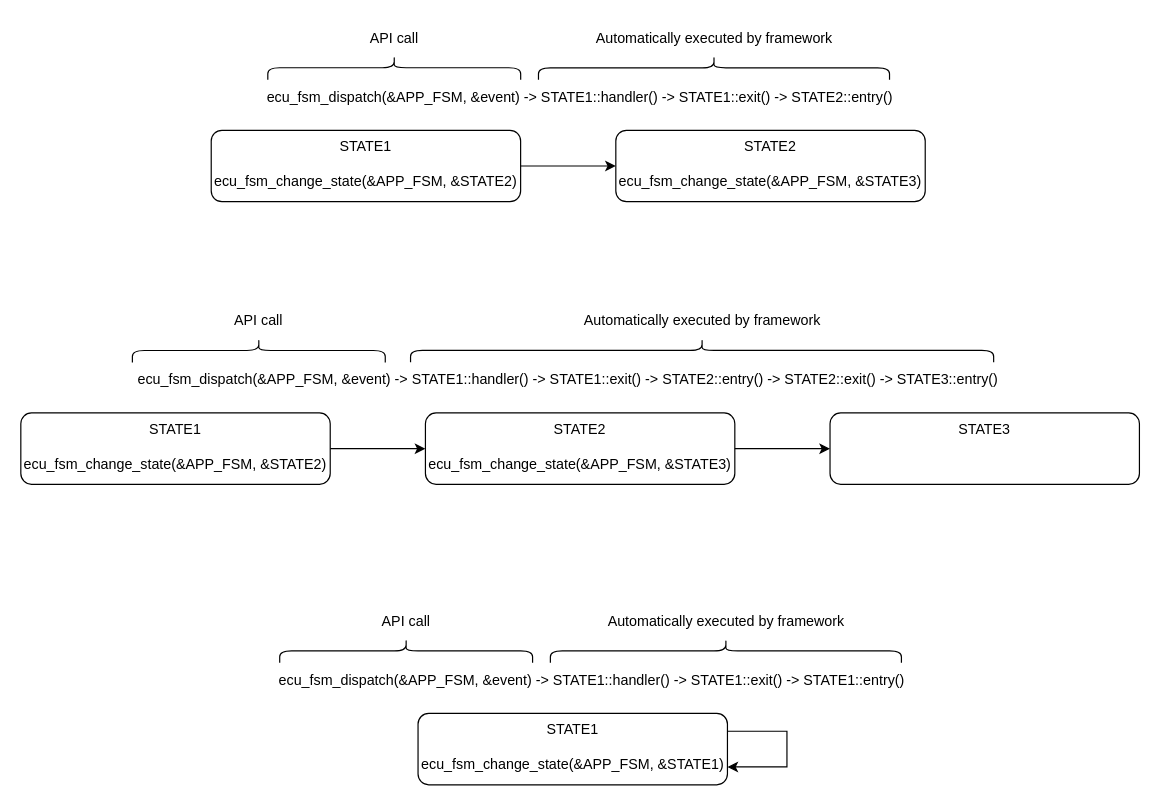
ress059/ecu keeps this draw.io diagram as page "state_representation" (2 of 5) of doc/images/fsm/fsm.drawio. Above is the earlier version. Source tidied: cells renumbered, new cells numbered last; positions are measured from the earlier drawing's top-left corner, leaving out a move shared by most shapes. Both pictures are drawn from the tidied source at 119%, with x=0, y=0 at pixel (20, -108).
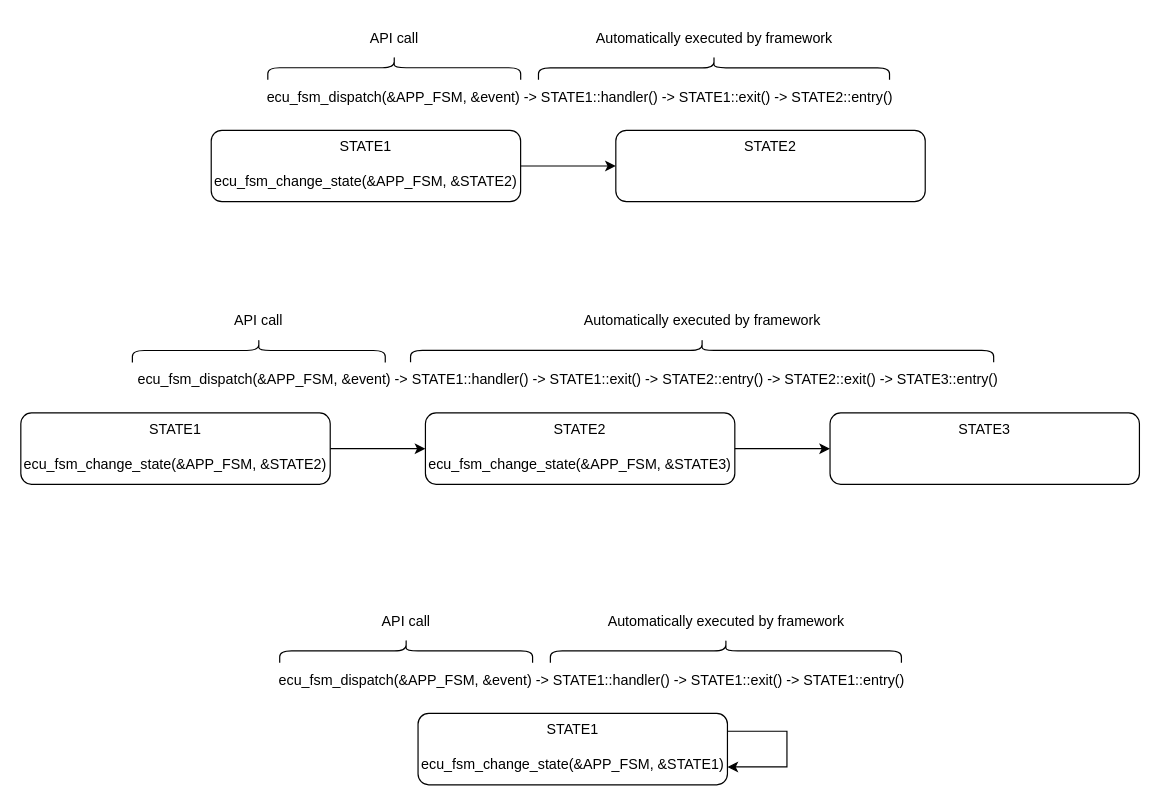
After the change.

What changed in the source:
```diff
@@
-    <mxCell id="4" value="STATE2&lt;br&gt;&lt;br&gt;ecu_fsm_change_state(&amp;amp;APP_FSM, &amp;amp;STATE3)" style="rounded=1;whiteSpace=wrap;html=1;verticalAlign=top;" parent="1" vertex="1">
+    <mxCell id="4" value="STATE2&lt;br&gt;&lt;br&gt;" style="rounded=1;whiteSpace=wrap;html=1;verticalAlign=top;" parent="1" vertex="1">
       <mxGeometry x="500" y="200" width="260" height="60" as="geometry" />
     </mxCell>
```
